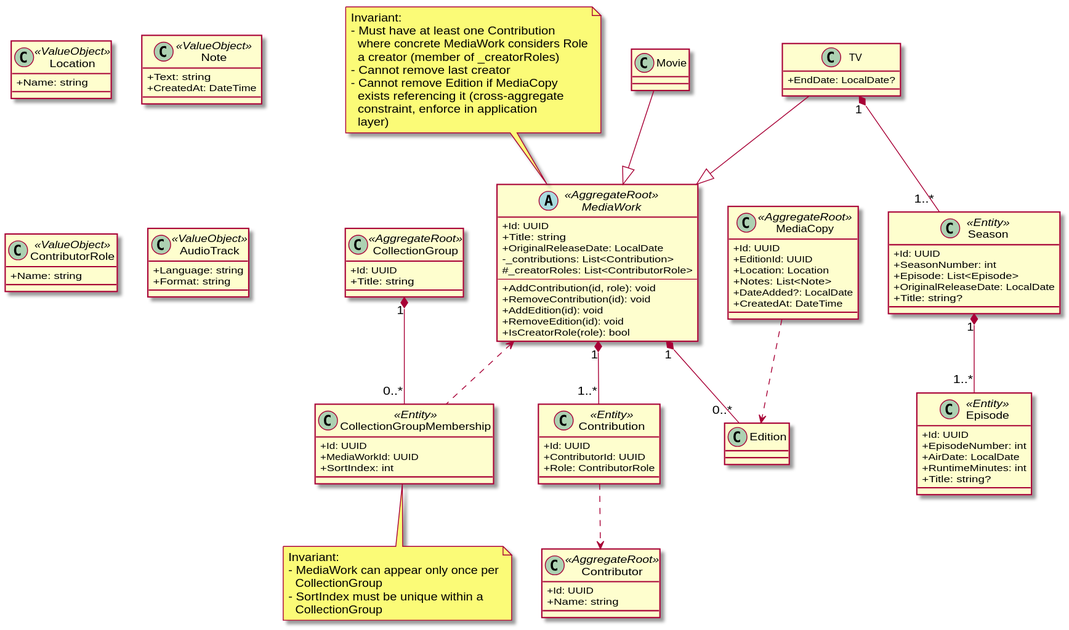
Earlier version of the PlantUML export docs/diagrams/domain/domain-all.svg (yantue/colleq).
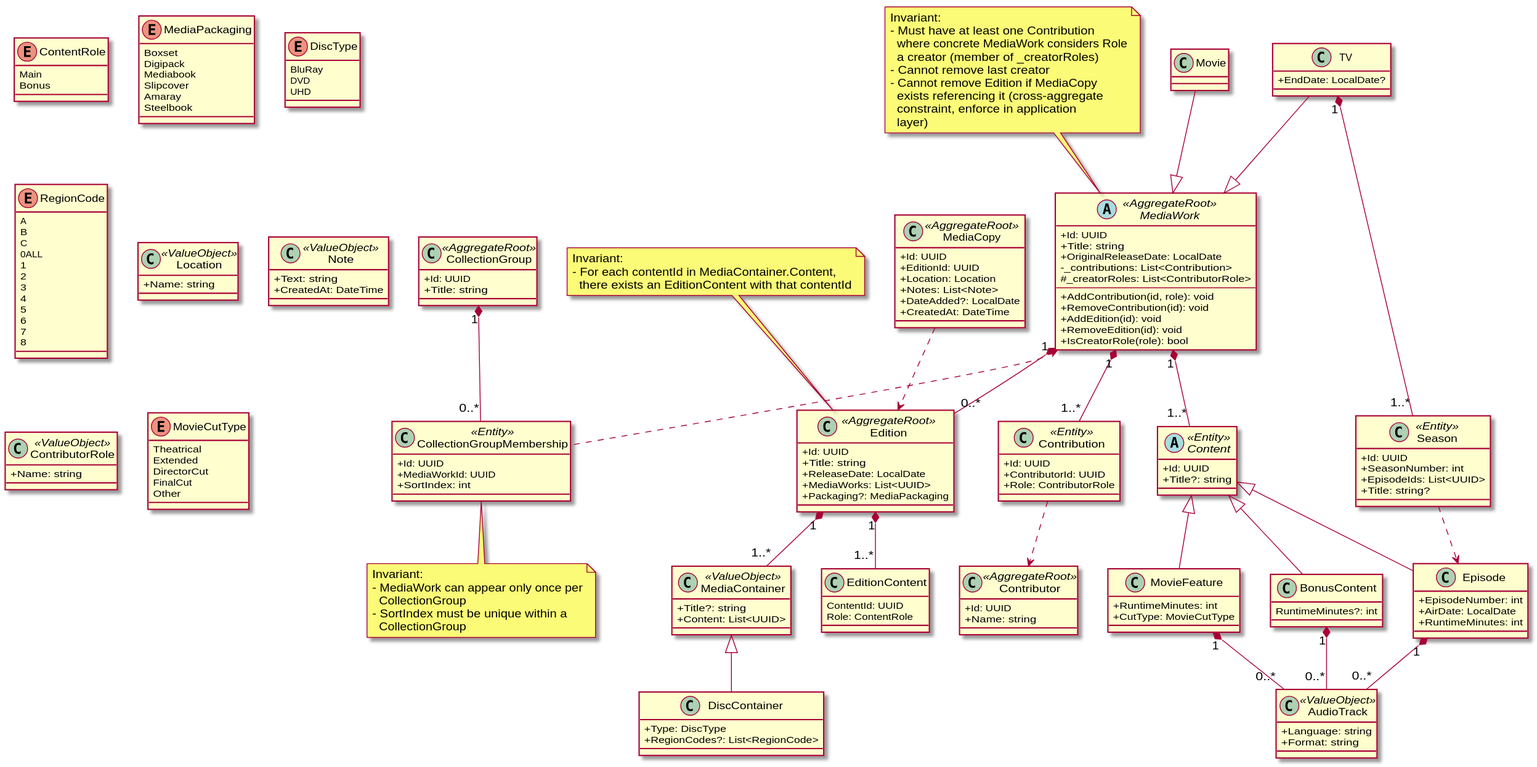
The same file after the commit.

Change to the diagram source:
```diff
@@ -29,6 +29,78 @@
 class Contributor <<AggregateRoot>> {
     +Id: UUID
     +Name: string
+}
+
+skinparam classAttributeIconSize 0
+
+class Edition <<AggregateRoot>> {
+    +Id: UUID
+    +Title: string
+    +ReleaseDate: LocalDate
+    +MediaWorks: List<UUID>
+    +Packaging?: MediaPackaging
+}
+
+note top of Edition
+Invariant:
+- For each contentId in MediaContainer.Content,
+  there exists an EditionContent with that contentId
+end note
+
+class EditionContent {
+    ContentId: UUID
+    Role: ContentRole
+}
+
+Edition "1" *-- "1..*" EditionContent
+
+enum ContentRole {
+    Main
+    Bonus
+}
+
+class MediaContainer <<ValueObject>> {
+    +Title?: string
+    +Content: List<UUID>
+}
+
+Edition "1" *-- "1..*" MediaContainer
+
+class DiscContainer {
+    +Type: DiscType
+    +RegionCodes?: List<RegionCode>
+}
+
+MediaContainer <|-- DiscContainer
+
+enum MediaPackaging {
+    Boxset
+    Digipack
+    Mediabook
+    Slipcover
+    Amaray
+    Steelbook
+}
+
+enum DiscType {
+    BluRay
+    DVD
+    UHD
+}
+
+enum RegionCode {
+    A
+    B
+    C
+    0ALL
+    1
+    2
+    3
+    4
+    5
+    6
+    7
+    8
 }
 
 skinparam classAttributeIconSize 0
@@ -79,6 +151,19 @@
   layer)
 end note
 
+abstract class Content <<Entity>> {
+    +Id: UUID
+    +Title?: string
+}
+
+MediaWork "1" *-- "1..*" Content
+
+class BonusContent {
+    RuntimeMinutes?: int
+}
+
+Content <|-- BonusContent
+
 class Contribution <<Entity>> {
     +Id: UUID
     +ContributorId: UUID
@@ -91,9 +176,24 @@
 
 MediaWork "1" *-- "1..*" Contribution
 
-class Movie
+class Movie {}
 
 Movie --|> MediaWork
+
+class MovieFeature {
+    +RuntimeMinutes: int
+    +CutType: MovieCutType
+}
+
+enum MovieCutType {
+    Theatrical
+    Extended
+    DirectorCut
+    FinalCut
+    Other
+}
+
+Content <|-- MovieFeature
 
 class TV {
     +EndDate: LocalDate?
@@ -104,26 +204,29 @@
 class Season <<Entity>> {
     +Id: UUID
     +SeasonNumber: int
-    +Episode: List<Episode>
-    +OriginalReleaseDate: LocalDate
+    +EpisodeIds: List<UUID>
     +Title: string?
 }
 
-class Episode <<Entity>> {
-    +Id: UUID
+class Episode {
     +EpisodeNumber: int
     +AirDate: LocalDate
     +RuntimeMinutes: int
-    +Title: string?
 }
 
-Season "1" *-- "1..*" Episode
+Content <|-- Episode
+Season ..> Episode
+
 TV "1" *-- "1..*" Season
 
 class AudioTrack <<ValueObject>> {
     +Language: string
     +Format: string
 }
+
+MovieFeature "1" *-- "0..*" AudioTrack
+Episode "1" *-- "0..*" AudioTrack
+BonusContent "1" *-- "0..*" AudioTrack
 
 
 Contribution ..> Contributor
```
